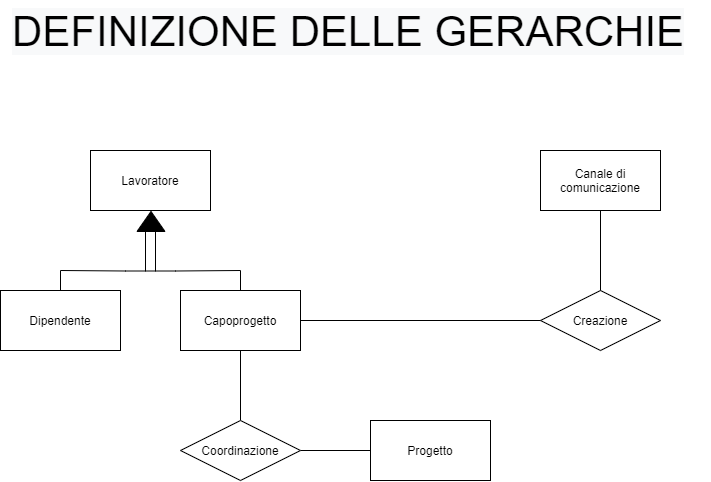
The draw.io diagram Relazione/Schema ER/definizione-gerarchie.png in martafra/BD-Chat-Multicanale, before a commit. Source tidied: cells renumbered, new cells last; positions are measured from the earlier drawing's top-left corner, leaving out a move shared by most shapes.
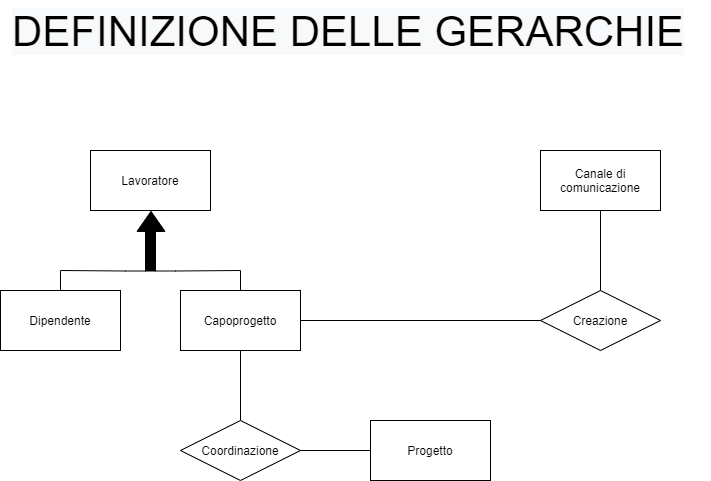
Above is the later version.

What changed in the source:
```diff
@@ -36,7 +36,7 @@
         </Array>
       </mxGeometry>
     </mxCell>
-    <mxCell id="10" style="rounded=0;whiteSpace=wrap;html=1;rotation=90;fillColor=none;" parent="1" vertex="1">
+    <mxCell id="10" style="rounded=0;whiteSpace=wrap;html=1;rotation=90;fillColor=#000000;" parent="1" vertex="1">
       <mxGeometry x="130" y="245.5" width="40" height="10" as="geometry" />
     </mxCell>
     <mxCell id="11" value="Dipendente" style="rounded=0;whiteSpace=wrap;html=1;" parent="1" vertex="1">
```
